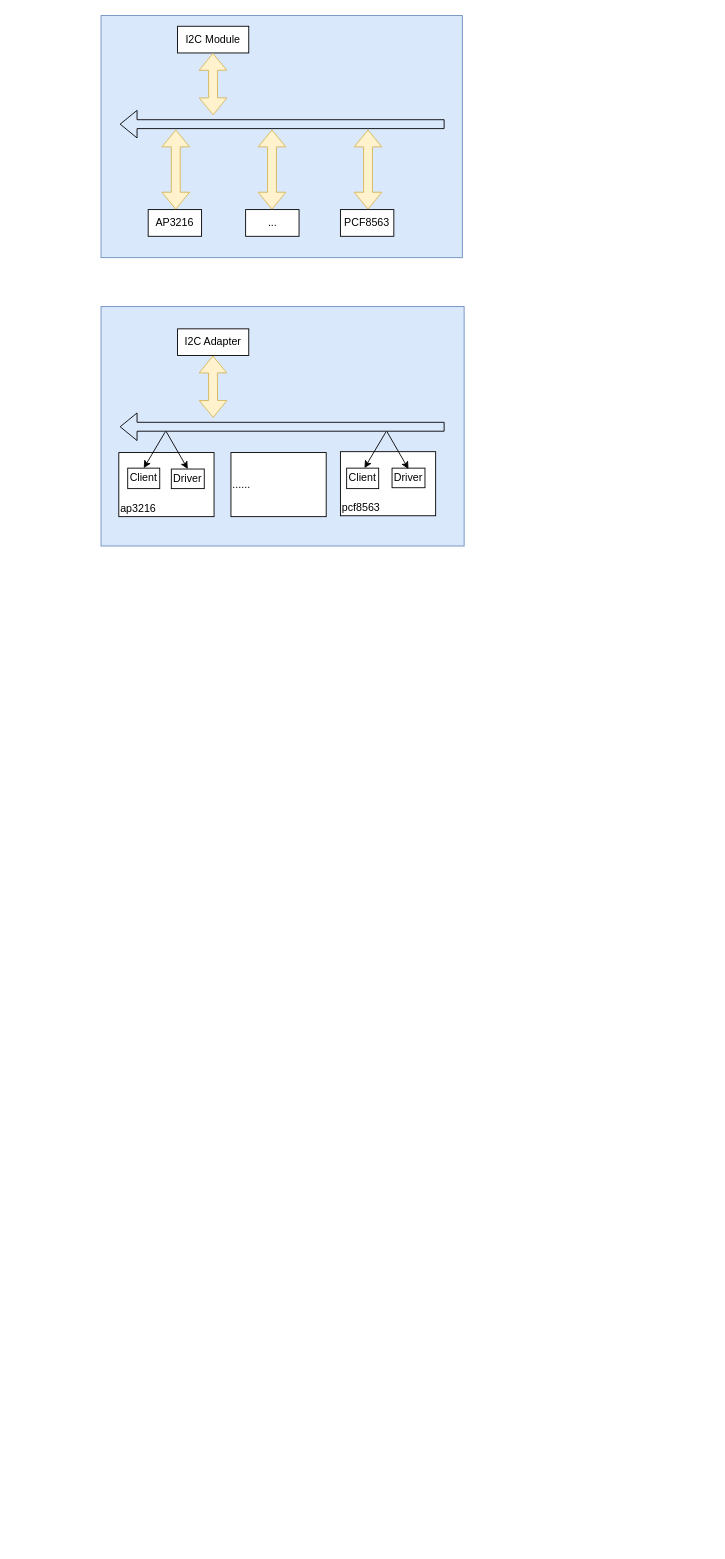
Before: page "i2c_bus" (4 of 11) of src/file/tree.drawio in zc110747/build_embed_linux_system, a draw.io diagram. Source tidied: cells renumbered, new cells numbered last; positions are measured from the earlier drawing's top-left corner, leaving out a move shared by most shapes. Both pictures are drawn from the tidied source at 89%, with x=0, y=0 at pixel (101, 15).
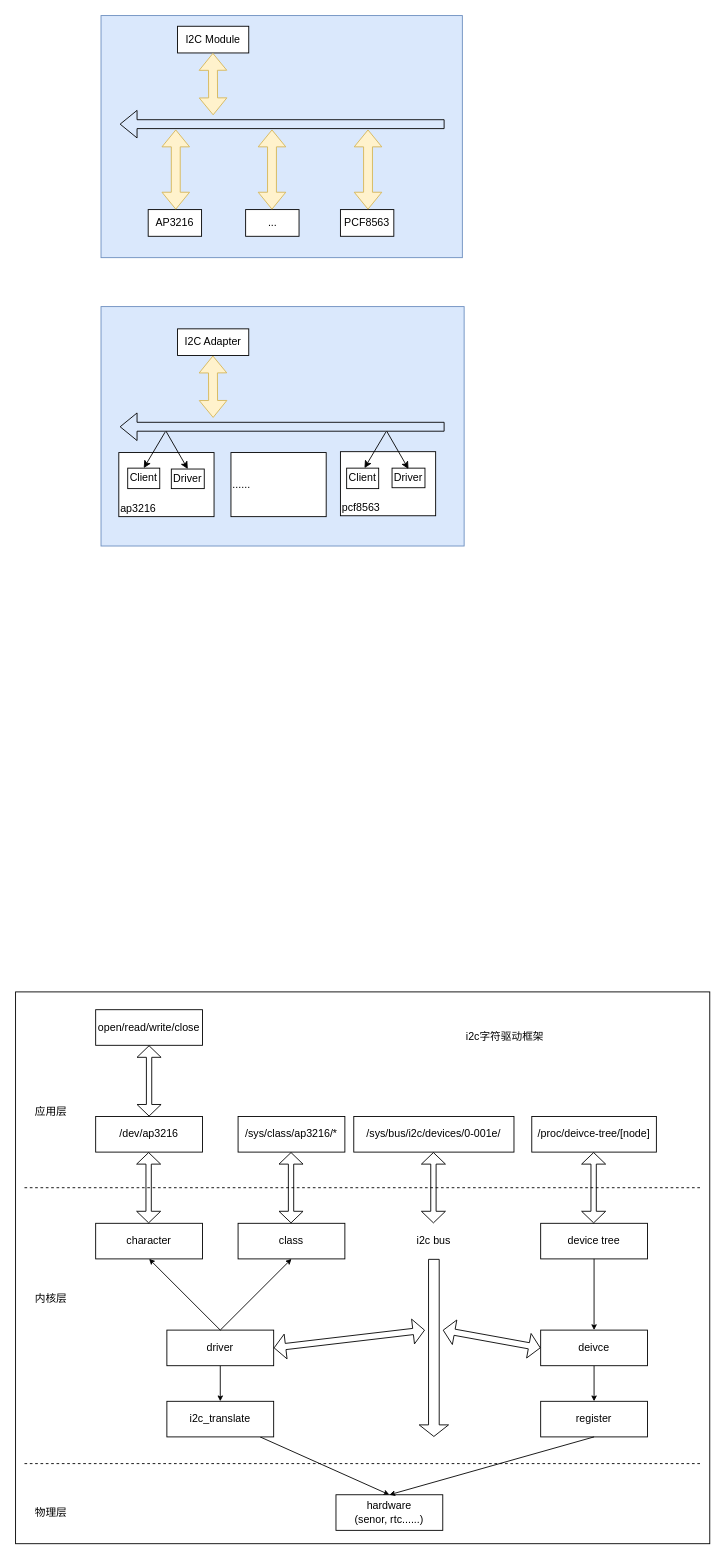
The same diagram, later.

Diff of the diagram source:
```diff
@@
+    <mxCell id="27" style="rounded=0;whiteSpace=wrap;html=1;fontSize=12;" parent="1" vertex="1">
+      <mxGeometry x="-96" y="1097" width="780" height="620" as="geometry" />
+    </mxCell>
+    <mxCell id="28" style="endArrow=none;dashed=1;html=1;fontSize=12;" parent="1" edge="1">
+      <mxGeometry relative="1" as="geometry">
+        <mxPoint x="-86" y="1317" as="sourcePoint" />
+        <mxPoint x="674" y="1317" as="targetPoint" />
+      </mxGeometry>
+    </mxCell>
+    <mxCell id="29" value="open/read/write/close" style="rounded=0;whiteSpace=wrap;html=1;fontSize=12;" parent="1" vertex="1">
+      <mxGeometry x="-6" y="1117" width="120" height="40" as="geometry" />
+    </mxCell>
+    <mxCell id="30" value="/dev/ap3216" style="rounded=0;whiteSpace=wrap;html=1;fontSize=12;" parent="1" vertex="1">
+      <mxGeometry x="-6" y="1237" width="120" height="40" as="geometry" />
+    </mxCell>
+    <mxCell id="31" value="character" style="rounded=0;whiteSpace=wrap;html=1;fontSize=12;" parent="1" vertex="1">
+      <mxGeometry x="-6" y="1357" width="120" height="40" as="geometry" />
+    </mxCell>
+    <mxCell id="32" style="edgeStyle=none;html=1;entryX=0.5;entryY=0;entryDx=0;entryDy=0;strokeWidth=1;startArrow=none;startFill=0;endArrow=classic;endFill=1;startSize=4;endSize=4;exitX=0.5;exitY=1;exitDx=0;exitDy=0;fontSize=12;" parent="1" edge="1" source="33" target="55">
+      <mxGeometry relative="1" as="geometry" />
+    </mxCell>
+    <mxCell id="33" value="driver" style="rounded=0;whiteSpace=wrap;html=1;fontSize=12;" parent="1" vertex="1">
+      <mxGeometry x="74" y="1477" width="120" height="40" as="geometry" />
+    </mxCell>
+    <mxCell id="34" style="edgeStyle=none;html=1;strokeWidth=1;startArrow=none;startFill=0;endArrow=classic;endFill=1;startSize=4;endSize=4;fontSize=12;" parent="1" edge="1" source="35" target="58">
+      <mxGeometry relative="1" as="geometry" />
+    </mxCell>
+    <mxCell id="35" value="deivce" style="rounded=0;whiteSpace=wrap;html=1;fontSize=12;" parent="1" vertex="1">
+      <mxGeometry x="494" y="1477" width="120" height="40" as="geometry" />
+    </mxCell>
+    <mxCell id="36" value="class" style="rounded=0;whiteSpace=wrap;html=1;fontSize=12;" parent="1" vertex="1">
+      <mxGeometry x="154" y="1357" width="120" height="40" as="geometry" />
+    </mxCell>
+    <mxCell id="37" value="i2c bus" style="text;html=1;strokeColor=none;fillColor=none;align=center;verticalAlign=middle;whiteSpace=wrap;rounded=0;fontSize=12;horizontal=1;" parent="1" vertex="1">
+      <mxGeometry x="334" y="1357" width="80" height="40" as="geometry" />
+    </mxCell>
+    <mxCell id="38" value="device tree" style="rounded=0;whiteSpace=wrap;html=1;fontSize=12;" parent="1" vertex="1">
+      <mxGeometry x="494" y="1357" width="120" height="40" as="geometry" />
+    </mxCell>
+    <mxCell id="39" value="/proc/deivce-tree/[node]" style="rounded=0;whiteSpace=wrap;html=1;fontSize=12;" parent="1" vertex="1">
+      <mxGeometry x="484" y="1237" width="140" height="40" as="geometry" />
+    </mxCell>
+    <mxCell id="40" value="/sys/class/ap3216/*" style="rounded=0;whiteSpace=wrap;html=1;fontSize=12;" parent="1" vertex="1">
+      <mxGeometry x="154" y="1237" width="120" height="40" as="geometry" />
+    </mxCell>
+    <mxCell id="41" value="/sys/bus/i2c/devices/0-001e/" style="rounded=0;whiteSpace=wrap;html=1;fontSize=12;" parent="1" vertex="1">
+      <mxGeometry x="284" y="1237" width="180" height="40" as="geometry" />
+    </mxCell>
+    <mxCell id="42" style="shape=flexArrow;endArrow=classic;startArrow=classic;html=1;endSize=4;startSize=4;strokeWidth=1;width=6;fontSize=12;" parent="1" edge="1" source="30">
+      <mxGeometry relative="1" as="geometry">
+        <mxPoint x="54" y="1157" as="targetPoint" />
+      </mxGeometry>
+    </mxCell>
+    <mxCell id="43" style="shape=flexArrow;endArrow=classic;startArrow=classic;html=1;endSize=4;startSize=4;strokeWidth=1;width=6;fontSize=12;" parent="1" edge="1">
+      <mxGeometry relative="1" as="geometry">
+        <mxPoint x="53.5" y="1357" as="sourcePoint" />
+        <mxPoint x="53.5" y="1277" as="targetPoint" />
+      </mxGeometry>
+    </mxCell>
+    <mxCell id="44" style="shape=flexArrow;endArrow=classic;startArrow=classic;html=1;endSize=4;startSize=4;strokeWidth=1;width=6;fontSize=12;" parent="1" edge="1">
+      <mxGeometry relative="1" as="geometry">
+        <mxPoint x="213.5" y="1357" as="sourcePoint" />
+        <mxPoint x="213.5" y="1277" as="targetPoint" />
+      </mxGeometry>
+    </mxCell>
+    <mxCell id="45" style="shape=flexArrow;endArrow=classic;startArrow=classic;html=1;endSize=4;startSize=4;strokeWidth=1;width=6;fontSize=12;" parent="1" edge="1">
+      <mxGeometry relative="1" as="geometry">
+        <mxPoint x="373.5" y="1357" as="sourcePoint" />
+        <mxPoint x="373.5" y="1277" as="targetPoint" />
+      </mxGeometry>
+    </mxCell>
+    <mxCell id="46" style="shape=flexArrow;endArrow=classic;startArrow=classic;html=1;endSize=4;startSize=4;strokeWidth=1;width=6;fontSize=12;" parent="1" edge="1">
+      <mxGeometry relative="1" as="geometry">
+        <mxPoint x="553.5" y="1357" as="sourcePoint" />
+        <mxPoint x="553.5" y="1277" as="targetPoint" />
+      </mxGeometry>
+    </mxCell>
+    <mxCell id="47" style="endArrow=classic;html=1;strokeWidth=1;startSize=4;endSize=4;exitX=0.5;exitY=1;exitDx=0;exitDy=0;fontSize=12;" parent="1" edge="1" source="38" target="35">
+      <mxGeometry relative="1" as="geometry" />
+    </mxCell>
+    <mxCell id="48" style="endArrow=none;dashed=1;html=1;fontSize=12;" parent="1" edge="1">
+      <mxGeometry relative="1" as="geometry">
+        <mxPoint x="-86" y="1627" as="sourcePoint" />
+        <mxPoint x="674" y="1627" as="targetPoint" />
+      </mxGeometry>
+    </mxCell>
+    <mxCell id="49" value="应用层" style="text;html=1;strokeColor=none;fillColor=none;align=center;verticalAlign=middle;whiteSpace=wrap;rounded=0;fontSize=12;" parent="1" vertex="1">
+      <mxGeometry x="-86" y="1217" width="60" height="30" as="geometry" />
+    </mxCell>
+    <mxCell id="50" value="内核层" style="text;html=1;strokeColor=none;fillColor=none;align=center;verticalAlign=middle;whiteSpace=wrap;rounded=0;fontSize=12;" parent="1" vertex="1">
+      <mxGeometry x="-86" y="1427" width="60" height="30" as="geometry" />
+    </mxCell>
+    <mxCell id="51" value="i2c字符驱动框架" style="text;html=1;strokeColor=none;fillColor=none;align=center;verticalAlign=middle;whiteSpace=wrap;rounded=0;fontSize=12;" parent="1" vertex="1">
+      <mxGeometry x="374" y="1117" width="160" height="60" as="geometry" />
+    </mxCell>
+    <mxCell id="52" style="endArrow=classic;html=1;strokeWidth=1;startSize=4;endSize=4;entryX=0.5;entryY=1;entryDx=0;entryDy=0;exitX=0.5;exitY=0;exitDx=0;exitDy=0;fontSize=12;" parent="1" edge="1" source="33" target="31">
+      <mxGeometry relative="1" as="geometry" />
+    </mxCell>
+    <mxCell id="53" style="endArrow=classic;html=1;strokeWidth=1;startSize=4;endSize=4;entryX=0.5;entryY=1;entryDx=0;entryDy=0;fontSize=12;" parent="1" edge="1" target="36">
+      <mxGeometry relative="1" as="geometry">
+        <mxPoint x="134" y="1477" as="sourcePoint" />
+      </mxGeometry>
+    </mxCell>
+    <mxCell id="54" style="edgeStyle=none;html=1;entryX=0.5;entryY=0;entryDx=0;entryDy=0;strokeWidth=1;startArrow=none;startFill=0;endArrow=classic;endFill=1;startSize=4;endSize=4;fontSize=12;" parent="1" edge="1" source="55" target="56">
+      <mxGeometry relative="1" as="geometry" />
+    </mxCell>
+    <mxCell id="55" value="i2c_translate" style="rounded=0;whiteSpace=wrap;html=1;fontSize=12;" parent="1" vertex="1">
+      <mxGeometry x="74" y="1557" width="120" height="40" as="geometry" />
+    </mxCell>
+    <mxCell id="56" value="hardware&lt;br style=&quot;font-size: 12px;&quot;&gt;(senor, rtc......)" style="rounded=0;whiteSpace=wrap;html=1;fontSize=12;" parent="1" vertex="1">
+      <mxGeometry x="264" y="1662" width="120" height="40" as="geometry" />
+    </mxCell>
+    <mxCell id="57" value="物理层" style="text;html=1;strokeColor=none;fillColor=none;align=center;verticalAlign=middle;whiteSpace=wrap;rounded=0;fontSize=12;" parent="1" vertex="1">
+      <mxGeometry x="-86" y="1667" width="60" height="30" as="geometry" />
+    </mxCell>
+    <mxCell id="58" value="register" style="rounded=0;whiteSpace=wrap;html=1;fontSize=12;" parent="1" vertex="1">
+      <mxGeometry x="494" y="1557" width="120" height="40" as="geometry" />
+    </mxCell>
+    <mxCell id="59" style="endArrow=classic;html=1;strokeWidth=1;startSize=4;endSize=4;exitX=0.5;exitY=1;exitDx=0;exitDy=0;entryX=0.5;entryY=0;entryDx=0;entryDy=0;fontSize=12;" parent="1" edge="1" source="58" target="56">
+      <mxGeometry relative="1" as="geometry" />
+    </mxCell>
+    <mxCell id="60" style="shape=flexArrow;endArrow=none;startArrow=block;html=1;strokeWidth=1;fontSize=12;startSize=4;endSize=4;width=12;startFill=0;endFill=0;" parent="1" edge="1">
+      <mxGeometry relative="1" as="geometry">
+        <mxPoint x="374" y="1597" as="sourcePoint" />
+        <mxPoint x="374" y="1397" as="targetPoint" />
+      </mxGeometry>
+    </mxCell>
+    <mxCell id="61" style="shape=flexArrow;endArrow=classic;startArrow=classic;html=1;strokeWidth=1;fontSize=12;startSize=4;endSize=4;width=7;" parent="1" edge="1">
+      <mxGeometry relative="1" as="geometry">
+        <mxPoint x="194" y="1497" as="sourcePoint" />
+        <mxPoint x="364" y="1477" as="targetPoint" />
+      </mxGeometry>
+    </mxCell>
+    <mxCell id="62" style="shape=flexArrow;endArrow=classic;startArrow=classic;html=1;strokeWidth=1;fontSize=12;startSize=4;endSize=4;entryX=0;entryY=0.5;entryDx=0;entryDy=0;width=7;" parent="1" edge="1" target="35">
+      <mxGeometry relative="1" as="geometry">
+        <mxPoint x="384" y="1477" as="sourcePoint" />
+      </mxGeometry>
+    </mxCell>
```
